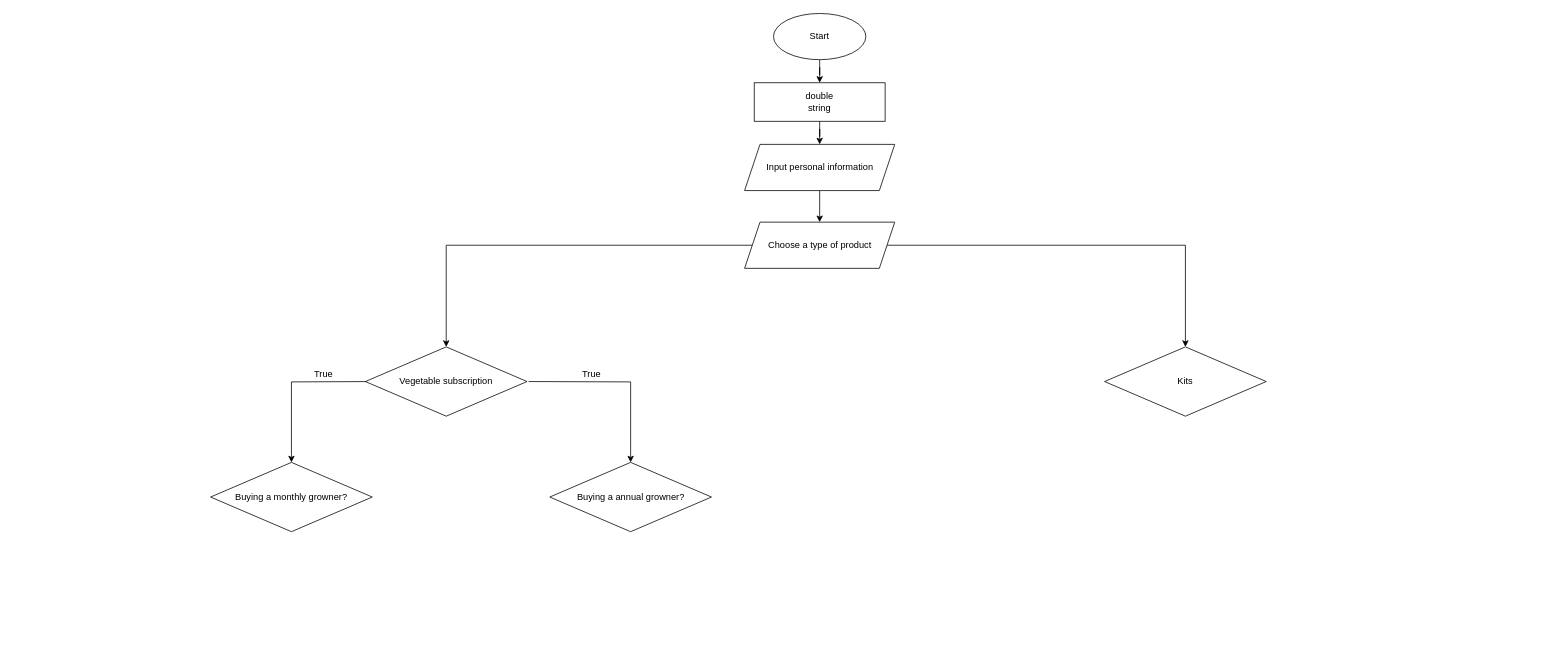
Before: PCPS_flowchart_assign.drawio in i4GS/test, a draw.io diagram. Source tidied: cells renumbered, new cells numbered last; positions are measured from the earlier drawing's top-left corner, leaving out a move shared by most shapes. Both pictures are drawn from the tidied source at 77%, with x=0, y=0 at pixel (210, 13).
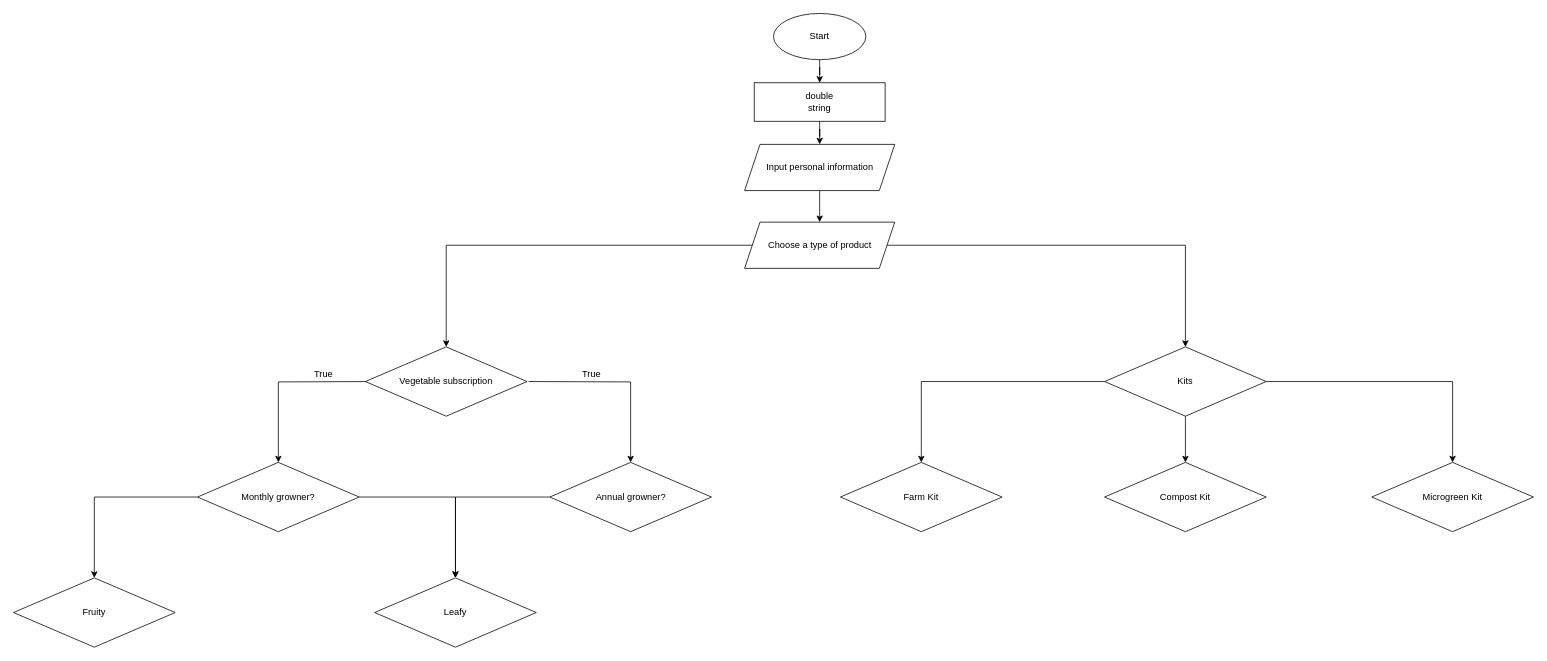
The same page after the edit.

Unchanged cells that the change refers to:
```xml
<mxCell id="15" value="Kits" style="rhombus;whiteSpace=wrap;html=1;" parent="1" vertex="1">
  <mxGeometry x="1161" y="433" width="210" height="90" as="geometry" />
</mxCell>
```

Diff of the diagram source:
```diff
@@
+    <mxCell id="19" style="edgeStyle=orthogonalEdgeStyle;rounded=0;jettySize=auto;html=1;entryX=0.5;entryY=0;entryDx=0;entryDy=0;" parent="1" edge="1" source="14" target="29">
+      <mxGeometry relative="1" as="geometry" />
+    </mxCell>
+    <mxCell id="20" style="edgeStyle=orthogonalEdgeStyle;rounded=0;jettySize=auto;html=1;" parent="1" edge="1" source="14" target="28">
+      <mxGeometry relative="1" as="geometry" />
+    </mxCell>
-    <mxCell id="14" value="Buying a monthly growner?" style="rhombus;whiteSpace=wrap;html=1;" parent="1" vertex="1">
-      <mxGeometry y="583" width="210" height="90" as="geometry" />
+    <mxCell id="14" value="Monthly growner?" style="rhombus;whiteSpace=wrap;html=1;" parent="1" vertex="1">
+      <mxGeometry x="-17" y="583" width="210" height="90" as="geometry" />
     </mxCell>
+    <mxCell id="21" style="edgeStyle=orthogonalEdgeStyle;rounded=0;jettySize=auto;html=1;entryX=0.5;entryY=0;entryDx=0;entryDy=0;" parent="1" edge="1" source="15" target="25">
+      <mxGeometry relative="1" as="geometry" />
+    </mxCell>
+    <mxCell id="22" style="edgeStyle=orthogonalEdgeStyle;rounded=0;jettySize=auto;html=1;entryX=0.5;entryY=0;entryDx=0;entryDy=0;" parent="1" edge="1" source="15" target="26">
+      <mxGeometry relative="1" as="geometry" />
+    </mxCell>
+    <mxCell id="23" style="edgeStyle=orthogonalEdgeStyle;rounded=0;jettySize=auto;html=1;entryX=0.5;entryY=0;entryDx=0;entryDy=0;" parent="1" edge="1" source="15" target="27">
+      <mxGeometry relative="1" as="geometry" />
+    </mxCell>
@@
+    <mxCell id="24" style="edgeStyle=orthogonalEdgeStyle;rounded=0;jettySize=auto;html=1;entryX=0.5;entryY=0;entryDx=0;entryDy=0;" parent="1" edge="1" source="16" target="29">
+      <mxGeometry relative="1" as="geometry" />
+    </mxCell>
-    <mxCell id="16" value="Buying a annual growner?" style="rhombus;whiteSpace=wrap;html=1;" parent="1" vertex="1">
+    <mxCell id="16" value="Annual growner?" style="rhombus;whiteSpace=wrap;html=1;" parent="1" vertex="1">
       <mxGeometry x="440.5" y="583" width="210" height="90" as="geometry" />
     </mxCell>
@@
+    <mxCell id="25" value="Farm Kit" style="rhombus;whiteSpace=wrap;html=1;" parent="1" vertex="1">
+      <mxGeometry x="818" y="583" width="210" height="90" as="geometry" />
+    </mxCell>
+    <mxCell id="26" value="Compost Kit" style="rhombus;whiteSpace=wrap;html=1;" parent="1" vertex="1">
+      <mxGeometry x="1161" y="583" width="210" height="90" as="geometry" />
+    </mxCell>
+    <mxCell id="27" value="Microgreen Kit" style="rhombus;whiteSpace=wrap;html=1;" parent="1" vertex="1">
+      <mxGeometry x="1508" y="583" width="210" height="90" as="geometry" />
+    </mxCell>
+    <mxCell id="28" value="Fruity" style="rhombus;whiteSpace=wrap;html=1;" parent="1" vertex="1">
+      <mxGeometry x="-256" y="733" width="210" height="90" as="geometry" />
+    </mxCell>
+    <mxCell id="29" value="Leafy" style="rhombus;whiteSpace=wrap;html=1;" parent="1" vertex="1">
+      <mxGeometry x="213" y="733" width="210" height="90" as="geometry" />
+    </mxCell>
```
